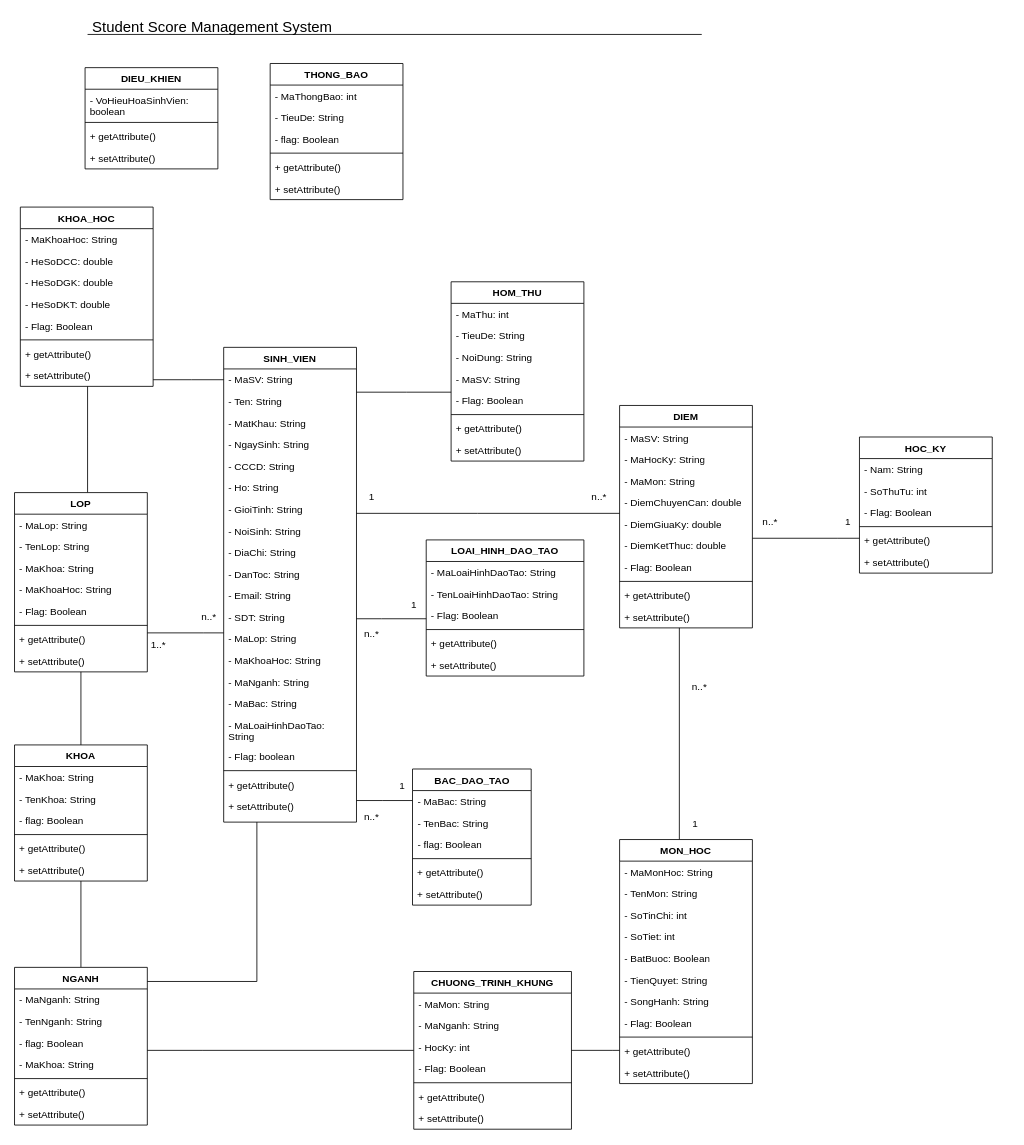
Earlier version of the draw.io diagram StoredFolder/ClassDiagram.drawio (ngohoanglan3/group-9). Source tidied: cells renumbered, new cells numbered last; positions are measured from the earlier drawing's top-left corner, leaving out a move shared by most shapes. Both pictures are drawn from the tidied source at 83%, with x=0, y=0 at pixel (14, 14).
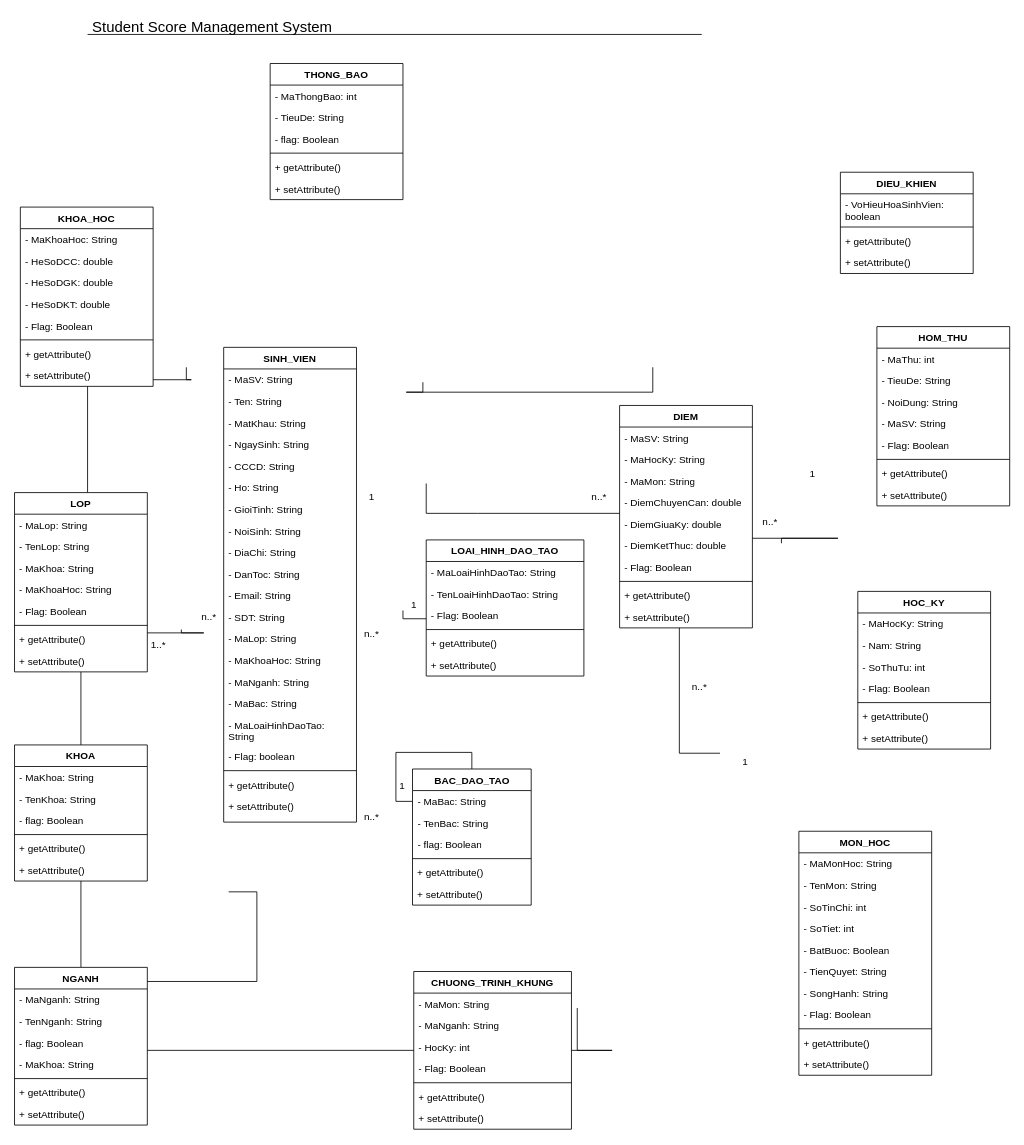
Above is the later version.

Unchanged cells that the change refers to:
```xml
<mxCell id="2" value="SINH_VIEN" style="swimlane;fontStyle=1;align=center;verticalAlign=top;horizontal=1;startSize=26;rounded=0;shadow=0;strokeWidth=1;" parent="1" vertex="1">
  <mxGeometry x="252" y="401" width="160" height="572" as="geometry" />
</mxCell>
<mxCell id="36" value="KHOA_HOC" style="swimlane;fontStyle=1;align=center;verticalAlign=top;horizontal=1;startSize=26;whiteSpace=wrap;html=1;" parent="1" vertex="1">
  <mxGeometry x="7" y="232" width="160" height="216" as="geometry" />
</mxCell>
<mxCell id="60" value="LOP" style="swimlane;fontStyle=1;align=center;verticalAlign=top;horizontal=1;startSize=26;whiteSpace=wrap;html=1;" parent="1" vertex="1">
  <mxGeometry y="576" width="160" height="216" as="geometry" />
</mxCell>
<mxCell id="69" value="CHUONG_TRINH_KHUNG" style="swimlane;fontStyle=1;align=center;verticalAlign=top;horizontal=1;startSize=26;whiteSpace=wrap;html=1;" parent="1" vertex="1">
  <mxGeometry x="481" y="1153" width="190" height="190" as="geometry" />
</mxCell>
<mxCell id="101" value="NGANH" style="swimlane;fontStyle=1;align=center;verticalAlign=top;horizontal=1;startSize=26;whiteSpace=wrap;html=1;" parent="1" vertex="1">
  <mxGeometry y="1148" width="160" height="190" as="geometry" />
</mxCell>
<mxCell id="115" value="DIEM" style="swimlane;fontStyle=1;align=center;verticalAlign=top;horizontal=1;startSize=26;whiteSpace=wrap;html=1;" parent="1" vertex="1">
  <mxGeometry x="729" y="471" width="160" height="268" as="geometry" />
</mxCell>
<mxCell id="135" value="LOAI_HINH_DAO_TAO" style="swimlane;fontStyle=1;align=center;verticalAlign=top;horizontal=1;startSize=26;whiteSpace=wrap;html=1;" parent="1" vertex="1">
  <mxGeometry x="496" y="633" width="190" height="164" as="geometry" />
</mxCell>
<mxCell id="142" value="BAC_DAO_TAO" style="swimlane;fontStyle=1;align=center;verticalAlign=top;horizontal=1;startSize=26;whiteSpace=wrap;html=1;" parent="1" vertex="1">
  <mxGeometry x="479.5" y="909" width="143" height="164" as="geometry" />
</mxCell>
<mxCell id="143" value="- MaBac: String" style="text;strokeColor=none;fillColor=none;align=left;verticalAlign=top;spacingLeft=4;spacingRight=4;overflow=hidden;points=[[0,0.5],[1,0.5]];portConstraint=eastwest;whiteSpace=wrap;html=1;" parent="142" vertex="1">
  <mxGeometry y="26" width="143" height="26" as="geometry" />
</mxCell>
<mxCell id="150" value="1" style="text;html=1;align=center;verticalAlign=middle;points=[];strokeColor=none;fillColor=none;" parent="1" vertex="1">
  <mxGeometry x="468" y="699" width="25" height="26" as="geometry" />
</mxCell>
```

Change to the diagram source:
```diff
@@
-    <mxCell id="26" style="edgeStyle=orthogonalEdgeStyle;rounded=0;jettySize=auto;html=1;endArrow=none;endFill=0;" parent="1" edge="1" source="27" target="2">
+    <mxCell id="26" style="edgeStyle=orthogonalEdgeStyle;rounded=0;orthogonalLoop=1;jettySize=auto;html=1;endArrow=none;endFill=0;" parent="1" edge="1">
       <mxGeometry relative="1" as="geometry">
+        <mxPoint x="769" y="425" as="sourcePoint" />
+        <mxPoint x="492" y="443" as="targetPoint" />
         <Array as="points">
           <mxPoint x="472" y="455" />
           <mxPoint x="472" y="455" />
         </Array>
       </mxGeometry>
     </mxCell>
     <mxCell id="27" value="HOM_THU" style="swimlane;fontStyle=1;align=center;verticalAlign=top;horizontal=1;startSize=26;whiteSpace=wrap;html=1;" parent="1" vertex="1">
-      <mxGeometry x="526" y="322" width="160" height="216" as="geometry" />
+      <mxGeometry x="1039" y="376" width="160" height="216" as="geometry" />
     </mxCell>
@@
     <mxCell id="45" value="DIEU_KHIEN" style="swimlane;fontStyle=1;align=center;verticalAlign=top;horizontal=1;startSize=26;whiteSpace=wrap;html=1;" parent="1" vertex="1">
-      <mxGeometry x="85" y="64" width="160" height="122" as="geometry" />
+      <mxGeometry x="995" y="190" width="160" height="122" as="geometry" />
     </mxCell>
@@
-    <mxCell id="58" style="edgeStyle=orthogonalEdgeStyle;rounded=0;jettySize=auto;html=1;endArrow=none;endFill=0;" parent="1" edge="1" source="60" target="2">
+    <mxCell id="58" style="edgeStyle=orthogonalEdgeStyle;rounded=0;jettySize=auto;html=1;endArrow=none;endFill=0;" parent="1" edge="1" source="60">
       <mxGeometry relative="1" as="geometry">
+        <mxPoint x="201" y="741" as="targetPoint" />
         <Array as="points">
           <mxPoint x="228" y="745" />
           <mxPoint x="228" y="745" />
         </Array>
       </mxGeometry>
     </mxCell>
@@
-    <mxCell id="77" style="edgeStyle=orthogonalEdgeStyle;rounded=0;jettySize=auto;html=1;endArrow=none;endFill=0;" parent="1" edge="1" source="79" target="115">
+    <mxCell id="77" style="edgeStyle=orthogonalEdgeStyle;rounded=0;jettySize=auto;html=1;endArrow=none;endFill=0;" parent="1" edge="1" target="115">
       <mxGeometry relative="1" as="geometry">
+        <mxPoint x="850" y="890" as="sourcePoint" />
         <Array as="points">
           <mxPoint x="801" y="809" />
           <mxPoint x="801" y="809" />
         </Array>
       </mxGeometry>
     </mxCell>
-    <mxCell id="78" style="edgeStyle=orthogonalEdgeStyle;rounded=0;jettySize=auto;html=1;endArrow=none;endFill=0;" parent="1" edge="1" source="79" target="69">
+    <mxCell id="78" style="edgeStyle=orthogonalEdgeStyle;rounded=0;jettySize=auto;html=1;endArrow=none;endFill=0;" parent="1" edge="1" target="69">
       <mxGeometry relative="1" as="geometry">
+        <mxPoint x="678" y="1197" as="sourcePoint" />
         <Array as="points">
           <mxPoint x="720" y="1248" />
           <mxPoint x="720" y="1248" />
         </Array>
       </mxGeometry>
     </mxCell>
     <mxCell id="79" value="MON_HOC" style="swimlane;fontStyle=1;align=center;verticalAlign=top;horizontal=1;startSize=26;whiteSpace=wrap;html=1;" parent="1" vertex="1">
-      <mxGeometry x="729" y="994" width="160" height="294" as="geometry" />
+      <mxGeometry x="945" y="984" width="160" height="294" as="geometry" />
     </mxCell>
@@
-    <mxCell id="91" style="edgeStyle=orthogonalEdgeStyle;rounded=0;jettySize=auto;html=1;endArrow=none;endFill=0;" parent="1" edge="1" source="2" target="36">
+    <mxCell id="91" style="edgeStyle=orthogonalEdgeStyle;rounded=0;jettySize=auto;html=1;endArrow=none;endFill=0;" parent="1" edge="1" target="36">
       <mxGeometry relative="1" as="geometry">
+        <mxPoint x="207" y="425" as="sourcePoint" />
         <Array as="points">
           <mxPoint x="213" y="440" />
           <mxPoint x="213" y="440" />
         </Array>
       </mxGeometry>
     </mxCell>
@@
-    <mxCell id="111" style="edgeStyle=orthogonalEdgeStyle;rounded=0;jettySize=auto;html=1;entryX=0.25;entryY=1;entryDx=0;entryDy=0;endArrow=none;endFill=0;" parent="1" edge="1" source="101" target="2">
+    <mxCell id="111" style="edgeStyle=orthogonalEdgeStyle;rounded=0;jettySize=auto;html=1;endArrow=none;endFill=0;" parent="1" edge="1" source="101">
       <mxGeometry relative="1" as="geometry">
+        <mxPoint x="258" y="1057" as="targetPoint" />
         <Array as="points">
           <mxPoint x="292" y="1165" />
         </Array>
       </mxGeometry>
     </mxCell>
@@
-    <mxCell id="114" style="edgeStyle=orthogonalEdgeStyle;rounded=0;jettySize=auto;html=1;endArrow=none;endFill=0;" parent="1" edge="1" source="115" target="127">
+    <mxCell id="114" style="edgeStyle=orthogonalEdgeStyle;rounded=0;jettySize=auto;html=1;endArrow=none;endFill=0;" parent="1" edge="1" source="115">
       <mxGeometry relative="1" as="geometry">
+        <mxPoint x="924" y="637" as="targetPoint" />
         <Array as="points">
           <mxPoint x="992" y="631" />
           <mxPoint x="992" y="631" />
         </Array>
       </mxGeometry>
     </mxCell>
@@
-    <mxCell id="126" style="edgeStyle=orthogonalEdgeStyle;rounded=0;jettySize=auto;html=1;endArrow=none;endFill=0;" parent="1" edge="1" source="2" target="115">
+    <mxCell id="126" style="edgeStyle=orthogonalEdgeStyle;rounded=0;jettySize=auto;html=1;endArrow=none;endFill=0;" parent="1" edge="1" target="115">
       <mxGeometry relative="1" as="geometry">
+        <mxPoint x="496" y="565" as="sourcePoint" />
         <Array as="points">
           <mxPoint x="558" y="601" />
           <mxPoint x="558" y="601" />
         </Array>
       </mxGeometry>
     </mxCell>
     <mxCell id="127" value="HOC_KY" style="swimlane;fontStyle=1;align=center;verticalAlign=top;horizontal=1;startSize=26;whiteSpace=wrap;html=1;" parent="1" vertex="1">
-      <mxGeometry x="1018" y="509" width="160" height="164" as="geometry" />
+      <mxGeometry x="1016" y="695" width="160" height="190" as="geometry" />
     </mxCell>
+    <mxCell id="158" value="- MaHocKy: String" style="text;strokeColor=none;fillColor=none;align=left;verticalAlign=top;spacingLeft=4;spacingRight=4;overflow=hidden;whiteSpace=wrap;html=1;" parent="127" vertex="1">
+      <mxGeometry y="26" width="160" height="26" as="geometry" />
+    </mxCell>
     <mxCell id="128" value="- Nam: String" style="text;strokeColor=none;fillColor=none;align=left;verticalAlign=top;spacingLeft=4;spacingRight=4;overflow=hidden;whiteSpace=wrap;html=1;" parent="127" vertex="1">
-      <mxGeometry y="26" width="160" height="26" as="geometry" />
+      <mxGeometry y="52" width="160" height="26" as="geometry" />
     </mxCell>
     <mxCell id="129" value="- SoThuTu: int" style="text;strokeColor=none;fillColor=none;align=left;verticalAlign=top;spacingLeft=4;spacingRight=4;overflow=hidden;whiteSpace=wrap;html=1;" parent="127" vertex="1">
-      <mxGeometry y="52" width="160" height="26" as="geometry" />
+      <mxGeometry y="78" width="160" height="26" as="geometry" />
     </mxCell>
     <mxCell id="130" value="- Flag: Boolean" style="text;strokeColor=none;fillColor=none;align=left;verticalAlign=top;spacingLeft=4;spacingRight=4;overflow=hidden;whiteSpace=wrap;html=1;" parent="127" vertex="1">
-      <mxGeometry y="78" width="160" height="26" as="geometry" />
+      <mxGeometry y="104" width="160" height="26" as="geometry" />
     </mxCell>
     <mxCell id="131" style="line;strokeWidth=1;fillColor=none;align=left;verticalAlign=middle;spacingTop=-1;spacingLeft=3;spacingRight=3;labelPosition=right;strokeColor=inherit;" parent="127" vertex="1">
-      <mxGeometry y="104" width="160" height="8" as="geometry" />
+      <mxGeometry y="130" width="160" height="8" as="geometry" />
     </mxCell>
     <mxCell id="132" value="+ getAttribute()" style="text;align=left;verticalAlign=top;spacingLeft=4;spacingRight=4;overflow=hidden;" parent="127" vertex="1">
-      <mxGeometry y="112" width="160" height="26" as="geometry" />
+      <mxGeometry y="138" width="160" height="26" as="geometry" />
     </mxCell>
     <mxCell id="133" value="+ setAttribute()" style="text;align=left;verticalAlign=top;spacingLeft=4;spacingRight=4;overflow=hidden;" parent="127" vertex="1">
-      <mxGeometry y="138" width="160" height="26" as="geometry" />
+      <mxGeometry y="164" width="160" height="26" as="geometry" />
     </mxCell>
-    <mxCell id="134" style="edgeStyle=orthogonalEdgeStyle;rounded=0;jettySize=auto;html=1;endArrow=none;endFill=0;" parent="1" edge="1" source="135" target="2">
+    <mxCell id="134" style="edgeStyle=orthogonalEdgeStyle;rounded=0;jettySize=auto;html=1;endArrow=none;endFill=0;entryX=0;entryY=0.731;entryDx=0;entryDy=0;entryPerimeter=0;" parent="1" edge="1" source="135" target="150">
       <mxGeometry relative="1" as="geometry">
         <Array as="points">
-          <mxPoint x="442" y="728" />
-          <mxPoint x="442" y="728" />
+          <mxPoint x="468" y="728" />
         </Array>
       </mxGeometry>
     </mxCell>
@@
-    <mxCell id="149" style="edgeStyle=orthogonalEdgeStyle;rounded=0;jettySize=auto;html=1;endArrow=none;endFill=0;" parent="1" edge="1" source="142" target="2">
-      <mxGeometry relative="1" as="geometry">
-        <Array as="points">
-          <mxPoint x="443" y="947" />
-          <mxPoint x="443" y="947" />
-        </Array>
-      </mxGeometry>
+    <mxCell id="149" style="edgeStyle=orthogonalEdgeStyle;rounded=0;jettySize=auto;html=1;endArrow=none;endFill=0;" parent="142" edge="1" source="142" target="143">
+      <mxGeometry relative="1" as="geometry" />
     </mxCell>
@@
     <mxCell id="153" value="1" style="text;html=1;align=center;verticalAlign=middle;strokeColor=none;fillColor=none;" parent="1" vertex="1">
-      <mxGeometry x="991" y="599" width="25" height="26" as="geometry" />
+      <mxGeometry x="948" y="541" width="25" height="26" as="geometry" />
     </mxCell>
     <mxCell id="154" value="1" style="text;html=1;align=center;verticalAlign=middle;strokeColor=none;fillColor=none;" parent="1" vertex="1">
-      <mxGeometry x="807" y="962" width="25" height="26" as="geometry" />
+      <mxGeometry x="867" y="888" width="25" height="26" as="geometry" />
     </mxCell>
```
